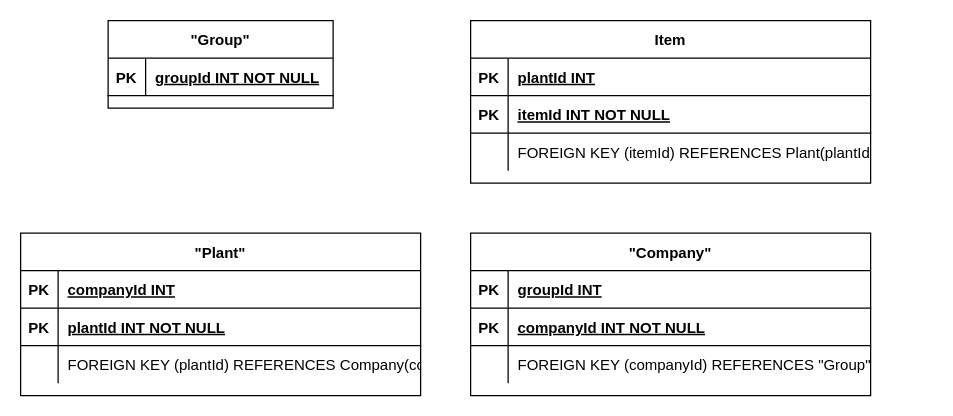
Before: week05/task2.drawio in AlekseyKorshuk/database-course, a draw.io diagram. Source tidied: cells renumbered, new cells numbered last; positions are measured from the earlier drawing's top-left corner, leaving out a move shared by most shapes. Both pictures are drawn from the tidied source at 125%, with x=0, y=0 at pixel (20, 20).
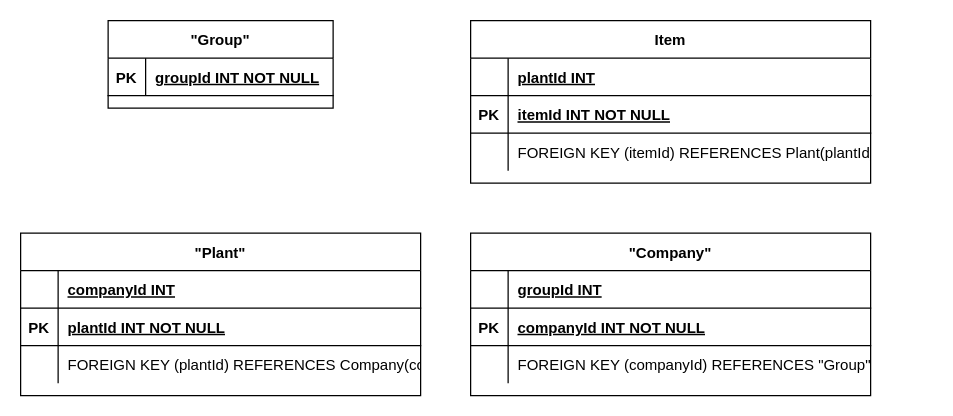
The same diagram, later.

Unchanged cells that the change refers to:
```xml
<mxCell id="7" style="shape=tableRow;horizontal=0;startSize=0;swimlaneHead=0;swimlaneBody=0;fillColor=none;top=0;left=0;right=0;bottom=1;" parent="6" vertex="1">
  <mxGeometry y="30" width="320" height="30" as="geometry" />
</mxCell>
<mxCell id="17" style="shape=tableRow;horizontal=0;startSize=0;swimlaneHead=0;swimlaneBody=0;fillColor=none;top=0;left=0;right=0;bottom=1;" parent="16" vertex="1">
  <mxGeometry y="30" width="320" height="30" as="geometry" />
</mxCell>
<mxCell id="27" style="shape=tableRow;horizontal=0;startSize=0;swimlaneHead=0;swimlaneBody=0;fillColor=none;top=0;left=0;right=0;bottom=1;" parent="26" vertex="1">
  <mxGeometry y="30" width="320" height="30" as="geometry" />
</mxCell>
```

What changed in the source:
```diff
@@
-    <mxCell id="8" value="PK" style="shape=partialRectangle;overflow=hidden;fillColor=none;top=0;left=0;bottom=0;right=0;fontStyle=1;" parent="7" vertex="1">
+    <mxCell id="8" style="shape=partialRectangle;overflow=hidden;fillColor=none;top=0;left=0;bottom=0;right=0;fontStyle=1;" parent="7" vertex="1">
       <mxGeometry width="30" height="30" as="geometry" />
     </mxCell>
@@
-    <mxCell id="18" value="PK" style="shape=partialRectangle;overflow=hidden;fillColor=none;top=0;left=0;bottom=0;right=0;fontStyle=1;" parent="17" vertex="1">
+    <mxCell id="18" style="shape=partialRectangle;overflow=hidden;fillColor=none;top=0;left=0;bottom=0;right=0;fontStyle=1;" parent="17" vertex="1">
       <mxGeometry width="30" height="30" as="geometry" />
     </mxCell>
@@
-    <mxCell id="28" value="PK" style="shape=partialRectangle;overflow=hidden;fillColor=none;top=0;left=0;bottom=0;right=0;fontStyle=1;" parent="27" vertex="1">
+    <mxCell id="28" style="shape=partialRectangle;overflow=hidden;fillColor=none;top=0;left=0;bottom=0;right=0;fontStyle=1;" parent="27" vertex="1">
       <mxGeometry width="30" height="30" as="geometry" />
     </mxCell>
```
